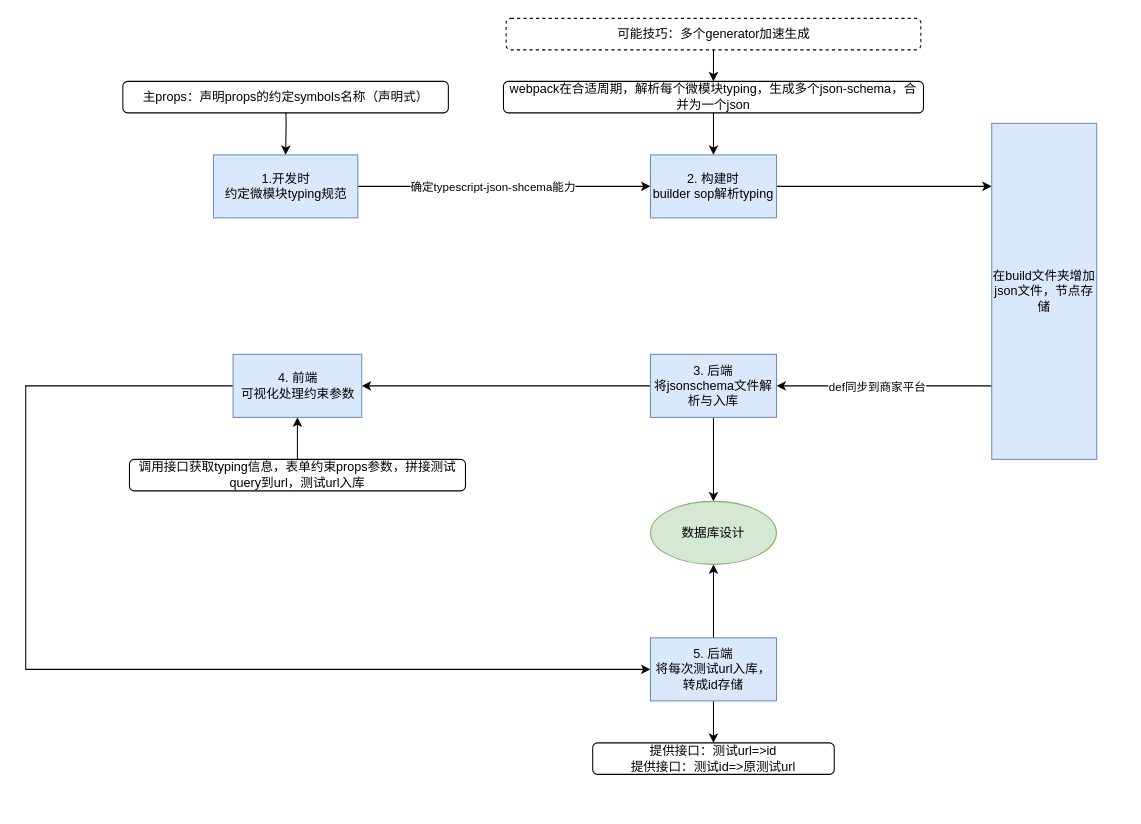
Earlier version of the draw.io diagram micro-mod/Untitled Diagram.drawio (Ekko306/diagrams.net). Source tidied: cells renumbered, new cells numbered last; positions are measured from the earlier drawing's top-left corner, leaving out a move shared by most shapes. Both pictures are drawn from the tidied source at 105%, with x=0, y=0 at pixel (25, -14).
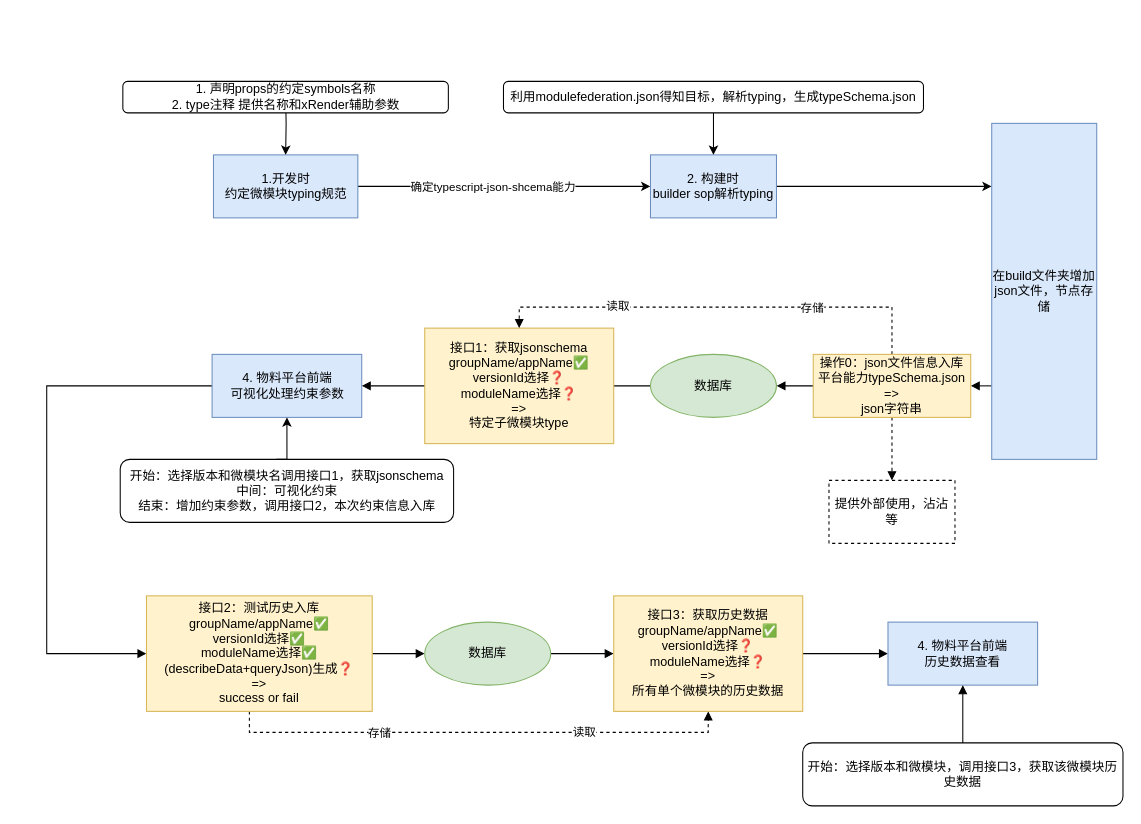
The same diagram, later.

The change refers to these unchanged cells:
```xml
<mxCell id="10" value="在build文件夹增加json文件，节点存储" style="whiteSpace=wrap;html=1;fillColor=#dae8fc;strokeColor=#6c8ebf;" parent="1" vertex="1">
  <mxGeometry x="920" y="130" width="100" height="320" as="geometry" />
</mxCell>
```

Change to the diagram source:
```diff
@@
-    <mxCell id="8" style="edgeStyle=orthogonalEdgeStyle;rounded=0;jettySize=auto;html=1;entryX=1;entryY=0.5;entryDx=0;entryDy=0;" parent="1" edge="1" source="10" target="24">
-      <mxGeometry relative="1" as="geometry">
-        <Array as="points">
-          <mxPoint x="890" y="380" />
-          <mxPoint x="890" y="380" />
-        </Array>
-      </mxGeometry>
-    </mxCell>
-    <mxCell id="9" value="def同步到商家平台" style="edgeLabel;html=1;align=center;verticalAlign=middle;" parent="8" vertex="1">
-      <mxGeometry x="0.23" y="3" relative="1" as="geometry">
-        <mxPoint x="16" y="-3" as="offset" />
-      </mxGeometry>
-    </mxCell>
+    <mxCell id="35" style="edgeStyle=orthogonalEdgeStyle;rounded=0;jettySize=auto;html=1;entryX=1;entryY=0.5;entryDx=0;entryDy=0;startArrow=none;startFill=0;endArrow=block;endFill=1;" parent="1" edge="1" source="10" target="46">
+      <mxGeometry relative="1" as="geometry">
+        <Array as="points">
+          <mxPoint x="910" y="380" />
+          <mxPoint x="910" y="380" />
+        </Array>
+      </mxGeometry>
+    </mxCell>
@@
-    <mxCell id="11" style="edgeStyle=orthogonalEdgeStyle;rounded=0;jettySize=auto;html=1;entryX=0;entryY=0.5;entryDx=0;entryDy=0;" parent="1" edge="1" source="12" target="27">
-      <mxGeometry relative="1" as="geometry">
-        <Array as="points">
-          <mxPoint y="380" />
-          <mxPoint y="650" />
-        </Array>
-      </mxGeometry>
-    </mxCell>
+    <mxCell id="36" style="edgeStyle=orthogonalEdgeStyle;rounded=0;jettySize=auto;html=1;entryX=0;entryY=0.5;entryDx=0;entryDy=0;startArrow=none;startFill=0;endArrow=block;endFill=1;" parent="1" edge="1" source="12" target="51">
+      <mxGeometry relative="1" as="geometry">
+        <Array as="points">
+          <mxPoint x="20" y="380" />
+          <mxPoint x="20" y="635" />
+        </Array>
+      </mxGeometry>
+    </mxCell>
-    <mxCell id="12" value="4. 前端&lt;br&gt;可视化处理约束参数" style="rounded=0;whiteSpace=wrap;html=1;fillColor=#dae8fc;strokeColor=#6c8ebf;" parent="1" vertex="1">
-      <mxGeometry x="197.5" y="350" width="122.5" height="60" as="geometry" />
+    <mxCell id="12" value="4. 物料平台前端&lt;br&gt;可视化处理约束参数" style="rounded=0;whiteSpace=wrap;html=1;fillColor=#dae8fc;strokeColor=#6c8ebf;" parent="1" vertex="1">
+      <mxGeometry x="177.5" y="350" width="142.5" height="60" as="geometry" />
     </mxCell>
     <mxCell id="13" style="edgeStyle=orthogonalEdgeStyle;rounded=0;orthogonalLoop=1;jettySize=auto;html=1;" parent="1" edge="1">
       <mxGeometry relative="1" as="geometry">
-        <mxPoint x="257.5" y="490" as="sourcePoint" />
+        <mxPoint x="287.5" y="550" as="sourcePoint" />
       </mxGeometry>
     </mxCell>
     <mxCell id="14" style="edgeStyle=orthogonalEdgeStyle;rounded=0;orthogonalLoop=1;jettySize=auto;html=1;" parent="1" edge="1">
       <mxGeometry relative="1" as="geometry">
-        <mxPoint x="257.5" y="550" as="sourcePoint" />
+        <mxPoint x="287.5" y="610" as="sourcePoint" />
       </mxGeometry>
     </mxCell>
-    <mxCell id="15" value="主props：声明props的约定symbols名称（声明式）" style="rounded=1;whiteSpace=wrap;html=1;" parent="1" vertex="1">
+    <mxCell id="15" value="1. 声明props的约定symbols名称&lt;br&gt;2. type注释 提供名称和xRender辅助参数" style="rounded=1;whiteSpace=wrap;html=1;" parent="1" vertex="1">
       <mxGeometry x="92.5" y="90" width="310" height="30" as="geometry" />
     </mxCell>
     <mxCell id="16" style="edgeStyle=orthogonalEdgeStyle;rounded=0;orthogonalLoop=1;jettySize=auto;html=1;" parent="1" edge="1">
       <mxGeometry relative="1" as="geometry">
-        <mxPoint x="655" as="sourcePoint" />
+        <mxPoint x="685" y="60" as="sourcePoint" />
       </mxGeometry>
     </mxCell>
     <mxCell id="17" style="edgeStyle=orthogonalEdgeStyle;rounded=0;orthogonalLoop=1;jettySize=auto;html=1;" parent="1" edge="1">
       <mxGeometry relative="1" as="geometry">
-        <mxPoint x="655" y="90" as="targetPoint" />
+        <mxPoint x="685" y="150" as="targetPoint" />
       </mxGeometry>
     </mxCell>
     <mxCell id="18" style="edgeStyle=orthogonalEdgeStyle;rounded=0;orthogonalLoop=1;jettySize=auto;html=1;" parent="1" edge="1">
       <mxGeometry relative="1" as="geometry">
-        <mxPoint x="655" y="90" as="targetPoint" />
+        <mxPoint x="685" y="150" as="targetPoint" />
       </mxGeometry>
     </mxCell>
     <mxCell id="19" style="edgeStyle=orthogonalEdgeStyle;rounded=0;orthogonalLoop=1;jettySize=auto;html=1;" parent="1" edge="1">
       <mxGeometry relative="1" as="geometry">
-        <mxPoint x="655" y="90" as="sourcePoint" />
+        <mxPoint x="685" y="150" as="sourcePoint" />
       </mxGeometry>
     </mxCell>
-    <mxCell id="20" style="edgeStyle=orthogonalEdgeStyle;rounded=0;jettySize=auto;html=1;" parent="1" edge="1" source="21" target="32">
-      <mxGeometry relative="1" as="geometry" />
-    </mxCell>
-    <mxCell id="21" value="可能技巧：多个generator加速生成" style="rounded=1;whiteSpace=wrap;html=1;dashed=1;" parent="1" vertex="1">
-      <mxGeometry x="457.5" y="30" width="395" height="30" as="geometry" />
-    </mxCell>
-    <mxCell id="22" style="edgeStyle=orthogonalEdgeStyle;rounded=0;jettySize=auto;html=1;entryX=1;entryY=0.5;entryDx=0;entryDy=0;" parent="1" edge="1" source="24" target="12">
-      <mxGeometry relative="1" as="geometry" />
-    </mxCell>
-    <mxCell id="23" style="edgeStyle=orthogonalEdgeStyle;rounded=0;jettySize=auto;html=1;" parent="1" edge="1" source="24" target="30">
-      <mxGeometry relative="1" as="geometry" />
-    </mxCell>
-    <mxCell id="24" value="3. 后端&lt;br&gt;将jsonschema文件解析与入库" style="whiteSpace=wrap;html=1;fillColor=#dae8fc;strokeColor=#6c8ebf;" parent="1" vertex="1">
-      <mxGeometry x="595" y="350" width="120" height="60" as="geometry" />
-    </mxCell>
-    <mxCell id="25" style="edgeStyle=orthogonalEdgeStyle;rounded=0;jettySize=auto;html=1;" parent="1" edge="1" source="27" target="29">
-      <mxGeometry relative="1" as="geometry" />
-    </mxCell>
-    <mxCell id="26" style="edgeStyle=orthogonalEdgeStyle;rounded=0;jettySize=auto;html=1;entryX=0.5;entryY=1;entryDx=0;entryDy=0;" parent="1" edge="1" source="27" target="30">
-      <mxGeometry relative="1" as="geometry" />
-    </mxCell>
-    <mxCell id="27" value="5. 后端&lt;br&gt;将每次测试url入库，转成id存储" style="whiteSpace=wrap;html=1;fillColor=#dae8fc;strokeColor=#6c8ebf;" parent="1" vertex="1">
-      <mxGeometry x="595" y="620" width="120" height="60" as="geometry" />
-    </mxCell>
+    <mxCell id="37" style="edgeStyle=orthogonalEdgeStyle;rounded=0;jettySize=auto;html=1;entryX=1;entryY=0.5;entryDx=0;entryDy=0;startArrow=none;startFill=0;endArrow=block;endFill=1;" parent="1" edge="1" source="39" target="12">
+      <mxGeometry relative="1" as="geometry">
+        <Array as="points">
+          <mxPoint x="450" y="380" />
+          <mxPoint x="450" y="380" />
+        </Array>
+      </mxGeometry>
+    </mxCell>
+    <mxCell id="38" style="edgeLabel;html=1;align=center;verticalAlign=middle;" parent="37" vertex="1">
+      <mxGeometry x="0.02" relative="1" as="geometry" />
+    </mxCell>
@@
-    <mxCell id="29" value="&lt;span&gt;提供接口：测试url=&amp;gt;id&lt;br&gt;提供接口：测试id=&amp;gt;原测试url&lt;br&gt;&lt;/span&gt;" style="rounded=1;whiteSpace=wrap;html=1;" parent="1" vertex="1">
-      <mxGeometry x="540" y="720" width="230" height="30" as="geometry" />
-    </mxCell>
-    <mxCell id="30" value="数据库设计" style="ellipse;whiteSpace=wrap;html=1;fillColor=#d5e8d4;strokeColor=#82b366;" parent="1" vertex="1">
-      <mxGeometry x="595" y="490" width="120" height="60" as="geometry" />
-    </mxCell>
@@
-    <mxCell id="32" value="webpack在合适周期，解析每个微模块typing，生成多个json-schema，合并为一个json" style="rounded=1;whiteSpace=wrap;html=1;" parent="1" vertex="1">
+    <mxCell id="32" value="利用modulefederation.json得知目标，解析typing，生成typeSchema.json" style="rounded=1;whiteSpace=wrap;html=1;" parent="1" vertex="1">
       <mxGeometry x="455" y="90" width="400" height="30" as="geometry" />
     </mxCell>
-    <mxCell id="33" style="edgeStyle=orthogonalEdgeStyle;rounded=0;jettySize=auto;html=1;entryX=0.5;entryY=1;entryDx=0;entryDy=0;" parent="1" edge="1" source="34" target="12">
-      <mxGeometry relative="1" as="geometry" />
+    <mxCell id="33" style="edgeStyle=orthogonalEdgeStyle;rounded=0;jettySize=auto;html=1;entryX=0.5;entryY=1;entryDx=0;entryDy=0;" parent="1" edge="1" target="12">
+      <mxGeometry relative="1" as="geometry">
+        <mxPoint x="238.8" y="450" as="sourcePoint" />
+        <Array as="points">
+          <mxPoint x="249" y="450" />
+        </Array>
+      </mxGeometry>
     </mxCell>
-    <mxCell id="34" value="调用接口获取typing信息，表单约束props参数，拼接测试query到url，测试url入库" style="rounded=1;whiteSpace=wrap;html=1;" parent="1" vertex="1">
-      <mxGeometry x="98.8" y="450" width="320" height="30" as="geometry" />
+    <mxCell id="34" value="开始：选择版本和微模块名调用接口1，获取jsonschema&lt;br&gt;中间：可视化约束&lt;br&gt;结束：增加约束参数，调用接口2，本次约束信息入库" style="rounded=1;whiteSpace=wrap;html=1;" parent="1" vertex="1">
+      <mxGeometry x="90" y="450" width="317.5" height="60" as="geometry" />
     </mxCell>
+    <mxCell id="39" value="数据库" style="ellipse;whiteSpace=wrap;html=1;fillColor=#d5e8d4;strokeColor=#82b366;" parent="1" vertex="1">
+      <mxGeometry x="595" y="350" width="120" height="60" as="geometry" />
+    </mxCell>
+    <mxCell id="40" value="接口1：获取jsonschema&lt;br&gt;groupName/appName✅&lt;br&gt;versionId选择❓&lt;br&gt;moduleName选择❓&lt;br&gt;=&amp;gt;&lt;br&gt;特定子微模块type" style="whiteSpace=wrap;html=1;fillColor=#fff2cc;strokeColor=#d6b656;" parent="1" vertex="1">
+      <mxGeometry x="380" y="325" width="180" height="110" as="geometry" />
+    </mxCell>
+    <mxCell id="41" style="edgeStyle=orthogonalEdgeStyle;rounded=0;jettySize=auto;html=1;entryX=1;entryY=0.5;entryDx=0;entryDy=0;startArrow=none;startFill=0;endArrow=block;endFill=1;" parent="1" edge="1" source="46" target="39">
+      <mxGeometry relative="1" as="geometry" />
+    </mxCell>
+    <mxCell id="42" style="edgeStyle=orthogonalEdgeStyle;rounded=0;jettySize=auto;html=1;startArrow=none;startFill=0;endArrow=block;endFill=1;dashed=1;" parent="1" edge="1" source="46">
+      <mxGeometry relative="1" as="geometry">
+        <mxPoint x="825" y="470" as="targetPoint" />
+      </mxGeometry>
+    </mxCell>
+    <mxCell id="43" style="edgeStyle=orthogonalEdgeStyle;rounded=0;jettySize=auto;html=1;entryX=0.5;entryY=0;entryDx=0;entryDy=0;dashed=1;startArrow=none;startFill=0;endArrow=block;endFill=1;" parent="1" edge="1" source="46" target="40">
+      <mxGeometry relative="1" as="geometry">
+        <Array as="points">
+          <mxPoint x="825" y="305" />
+          <mxPoint x="470" y="305" />
+        </Array>
+      </mxGeometry>
+    </mxCell>
+    <mxCell id="44" value="读取" style="edgeLabel;html=1;align=center;verticalAlign=middle;" parent="43" vertex="1">
+      <mxGeometry x="0.46" y="-2" relative="1" as="geometry" />
+    </mxCell>
+    <mxCell id="45" value="存储" style="edgeLabel;html=1;align=center;verticalAlign=middle;" parent="43" vertex="1">
+      <mxGeometry x="-0.42" relative="1" as="geometry" />
+    </mxCell>
+    <mxCell id="46" value="操作0：json文件信息入库&lt;br&gt;平台能力typeSchema.json&lt;br&gt;=&amp;gt;&lt;br&gt;json字符串" style="whiteSpace=wrap;html=1;fillColor=#fff2cc;strokeColor=#d6b656;" parent="1" vertex="1">
+      <mxGeometry x="750" y="350" width="150" height="60" as="geometry" />
+    </mxCell>
+    <mxCell id="47" style="edgeStyle=orthogonalEdgeStyle;rounded=0;jettySize=auto;html=1;startArrow=none;startFill=0;endArrow=block;endFill=1;" parent="1" edge="1" source="51" target="53">
+      <mxGeometry relative="1" as="geometry" />
+    </mxCell>
+    <mxCell id="48" style="edgeStyle=orthogonalEdgeStyle;rounded=0;jettySize=auto;html=1;entryX=0.5;entryY=1;entryDx=0;entryDy=0;dashed=1;startArrow=none;startFill=0;endArrow=block;endFill=1;" parent="1" edge="1" source="51" target="55">
+      <mxGeometry relative="1" as="geometry">
+        <Array as="points">
+          <mxPoint x="213" y="710" />
+          <mxPoint x="650" y="710" />
+        </Array>
+      </mxGeometry>
+    </mxCell>
+    <mxCell id="49" value="存储" style="edgeLabel;html=1;align=center;verticalAlign=middle;" parent="48" vertex="1">
+      <mxGeometry x="-0.4" relative="1" as="geometry" />
+    </mxCell>
+    <mxCell id="50" value="读取" style="edgeLabel;html=1;align=center;verticalAlign=middle;" parent="48" vertex="1">
+      <mxGeometry x="0.47" y="1" relative="1" as="geometry">
+        <mxPoint x="-13" as="offset" />
+      </mxGeometry>
+    </mxCell>
+    <mxCell id="51" value="接口2：测试历史入库&lt;br&gt;groupName/appName✅&lt;br&gt;versionId选择✅&lt;br&gt;moduleName选择✅&lt;br&gt;(describeData+queryJson)生成❓&lt;br&gt;=&amp;gt;&lt;br&gt;success or fail" style="whiteSpace=wrap;html=1;fillColor=#fff2cc;strokeColor=#d6b656;" parent="1" vertex="1">
+      <mxGeometry x="115" y="580" width="215" height="110" as="geometry" />
+    </mxCell>
+    <mxCell id="52" style="edgeStyle=orthogonalEdgeStyle;rounded=0;jettySize=auto;html=1;startArrow=none;startFill=0;endArrow=block;endFill=1;" parent="1" edge="1" source="53" target="55">
+      <mxGeometry relative="1" as="geometry" />
+    </mxCell>
+    <mxCell id="53" value="数据库" style="ellipse;whiteSpace=wrap;html=1;fillColor=#d5e8d4;strokeColor=#82b366;" parent="1" vertex="1">
+      <mxGeometry x="380" y="605" width="120" height="60" as="geometry" />
+    </mxCell>
+    <mxCell id="54" style="edgeStyle=orthogonalEdgeStyle;rounded=0;jettySize=auto;html=1;startArrow=none;startFill=0;endArrow=block;endFill=1;" parent="1" edge="1" source="55" target="56">
+      <mxGeometry relative="1" as="geometry" />
+    </mxCell>
+    <mxCell id="55" value="接口3：获取历史数据&lt;br&gt;groupName/appName✅&lt;br&gt;versionId选择❓&lt;br&gt;moduleName选择❓&lt;br&gt;=&amp;gt;&lt;br&gt;所有单个微模块的历史数据" style="whiteSpace=wrap;html=1;fillColor=#fff2cc;strokeColor=#d6b656;" parent="1" vertex="1">
+      <mxGeometry x="560" y="580" width="180" height="110" as="geometry" />
+    </mxCell>
+    <mxCell id="56" value="4. 物料平台前端&lt;br&gt;历史数据查看" style="rounded=0;whiteSpace=wrap;html=1;fillColor=#dae8fc;strokeColor=#6c8ebf;" parent="1" vertex="1">
+      <mxGeometry x="821.2" y="605" width="142.5" height="60" as="geometry" />
+    </mxCell>
+    <mxCell id="57" style="edgeStyle=orthogonalEdgeStyle;rounded=0;jettySize=auto;html=1;entryX=0.5;entryY=1;entryDx=0;entryDy=0;startArrow=none;startFill=0;endArrow=block;endFill=1;" parent="1" edge="1" source="58" target="56">
+      <mxGeometry relative="1" as="geometry" />
+    </mxCell>
+    <mxCell id="58" value="开始：选择版本和微模块，调用接口3，获取该微模块历史数据" style="rounded=1;whiteSpace=wrap;html=1;" parent="1" vertex="1">
+      <mxGeometry x="740" y="720" width="305" height="60" as="geometry" />
+    </mxCell>
+    <mxCell id="59" value="提供外部使用，沾沾等" style="whiteSpace=wrap;html=1;dashed=1;" parent="1" vertex="1">
+      <mxGeometry x="765" y="470" width="120" height="60" as="geometry" />
+    </mxCell>
```
